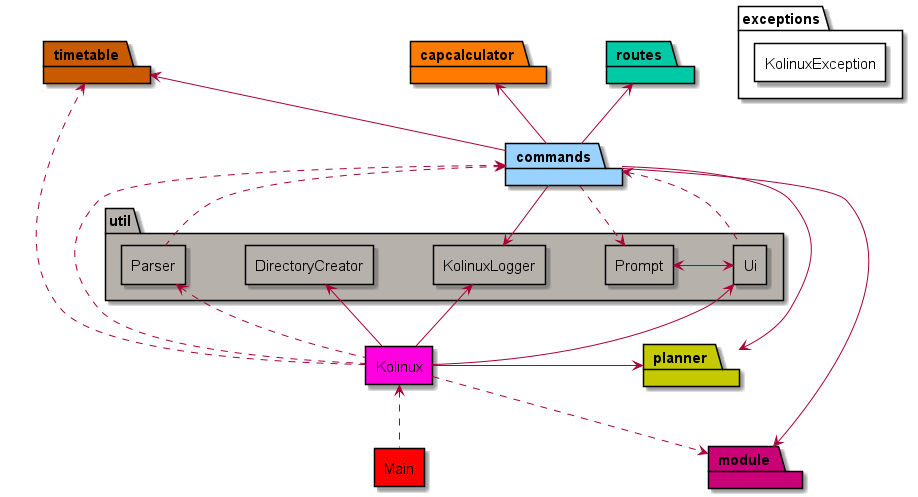
Earlier version of the PlantUML export docs/assets/images/ArchitectureDiagram.png (shyamgj1900/tp).
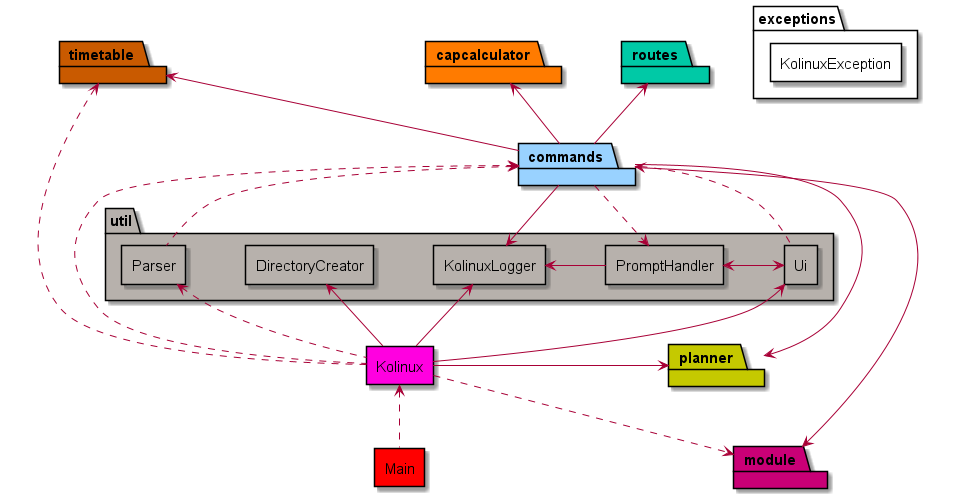
The same diagram one commit later.

Commit message:
Various diagram and DG updates according to design revamp

Diff of the diagram source:
```diff
@@ -10,7 +10,7 @@
     component Parser UTIL_COLOR
     component DirectoryCreator UTIL_COLOR
     component KolinuxLogger UTIL_COLOR
-    component Prompt UTIL_COLOR
+    component PromptHandler UTIL_COLOR
 }
 
 package commands COMMANDS_COLOR {
@@ -45,9 +45,10 @@
 Kolinux .down.> timetable
 Kolinux .up.> commands
 Parser .up.> commands
-Prompt <-right-> Ui
+PromptHandler <-right-> Ui
+PromptHandler -left-> KolinuxLogger
 Ui .up.> commands
-commands .down.> Prompt
+commands .down.> PromptHandler
 commands -down-> KolinuxLogger
 commands -down-> module
 commands -up-> routes
```
